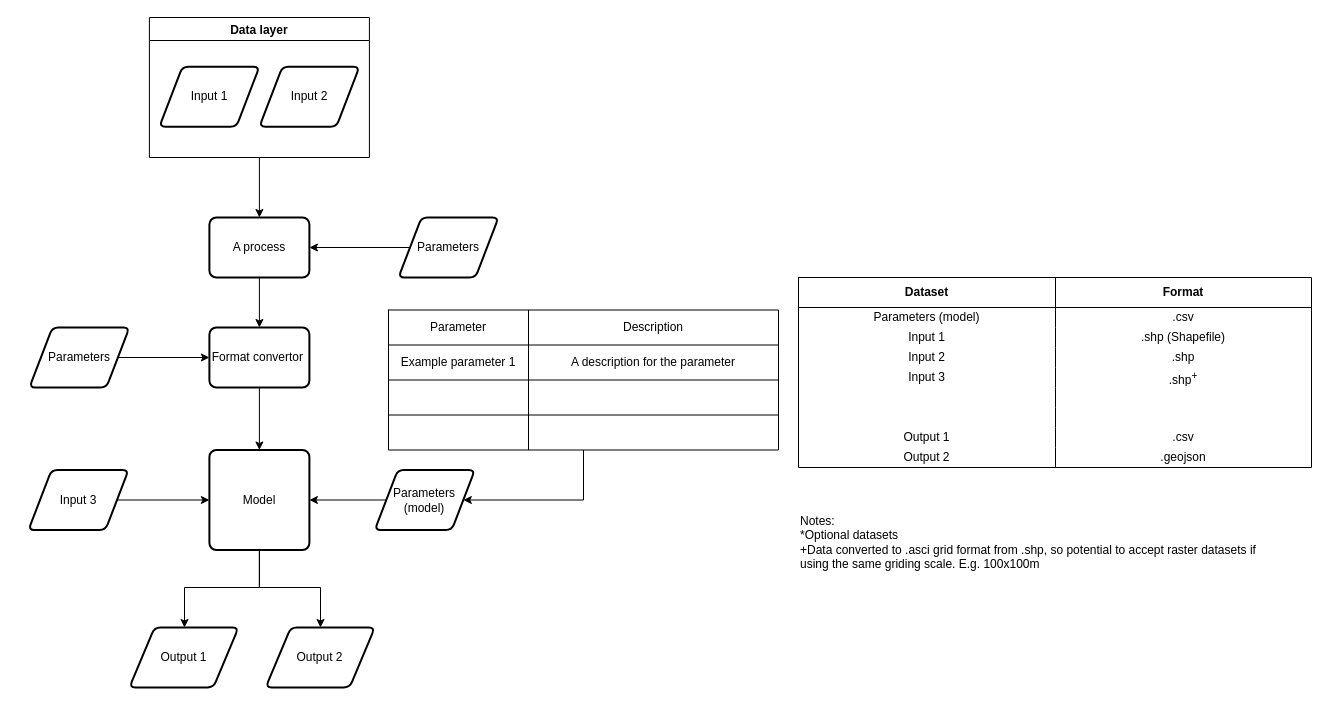
Before: template/tempalte_workflow.drawio in OpenCLIM/workflow-diagrams, a draw.io diagram. Source tidied: cells renumbered, new cells numbered last; positions are measured from the earlier drawing's top-left corner, leaving out a move shared by most shapes. Both pictures are drawn from the tidied source at 100%, with x=0, y=0 at pixel (28, 17).
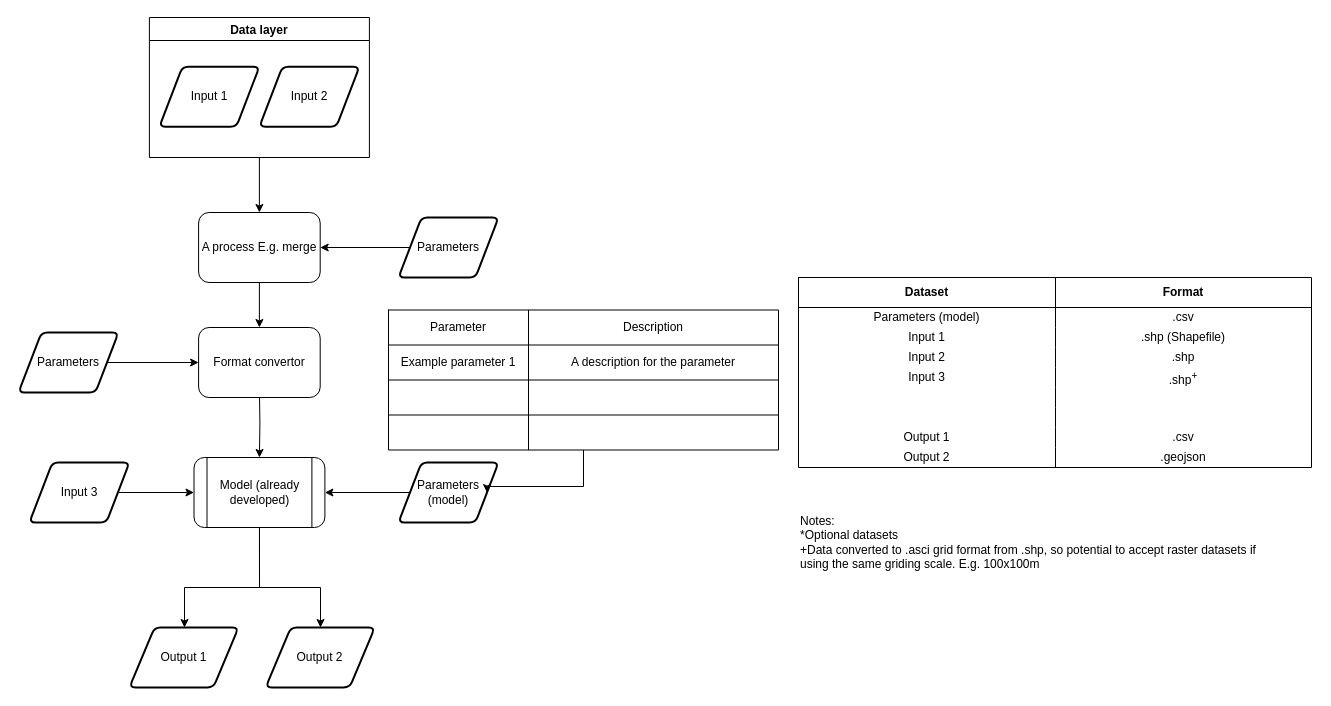
The same diagram, later.

Commit message:
Update tempalte_workflow.drawio with already developed model option

The change refers to these unchanged cells:
```xml
<mxCell id="7" value="&lt;div&gt;Output 1&lt;/div&gt;" style="shape=parallelogram;html=1;strokeWidth=2;perimeter=parallelogramPerimeter;whiteSpace=wrap;rounded=1;arcSize=12;size=0.23;" parent="1" vertex="1">
  <mxGeometry x="100.9" y="610" width="109.1" height="60" as="geometry" />
</mxCell>
<mxCell id="15" value="Data layer" style="swimlane;" parent="1" vertex="1">
  <mxGeometry x="120.9" width="220" height="140" as="geometry" />
</mxCell>
<mxCell id="47" value="Output 2" style="shape=parallelogram;html=1;strokeWidth=2;perimeter=parallelogramPerimeter;whiteSpace=wrap;rounded=1;arcSize=12;size=0.23;" parent="1" vertex="1">
  <mxGeometry x="237.2" y="610" width="109.1" height="60" as="geometry" />
</mxCell>
<mxCell id="51" value="Parameters" style="shape=parallelogram;html=1;strokeWidth=2;perimeter=parallelogramPerimeter;whiteSpace=wrap;rounded=1;arcSize=12;size=0.23;" parent="1" vertex="1">
  <mxGeometry x="370" y="200" width="100" height="60" as="geometry" />
</mxCell>
<mxCell id="53" style="shape=table;html=1;whiteSpace=wrap;startSize=0;childLayout=tableLayout;" parent="1" vertex="1">
  <mxGeometry x="360" y="292.5" width="390" height="140" as="geometry" />
</mxCell>
```

What changed in the source:
```diff
@@
-    <mxCell id="2" style="edgeStyle=orthogonalEdgeStyle;rounded=0;jettySize=auto;html=1;" parent="1" edge="1" source="4" target="7">
+    <mxCell id="2" style="edgeStyle=orthogonalEdgeStyle;rounded=0;jettySize=auto;html=1;exitX=0.5;exitY=1;exitDx=0;exitDy=0;" parent="1" edge="1" source="68" target="7">
       <mxGeometry relative="1" as="geometry">
         <Array as="points">
           <mxPoint x="231" y="570" />
           <mxPoint x="156" y="570" />
         </Array>
       </mxGeometry>
     </mxCell>
-    <mxCell id="3" style="edgeStyle=orthogonalEdgeStyle;rounded=0;jettySize=auto;html=1;" parent="1" edge="1" source="4" target="47">
+    <mxCell id="3" style="edgeStyle=orthogonalEdgeStyle;rounded=0;jettySize=auto;html=1;" parent="1" edge="1" source="68" target="47">
       <mxGeometry relative="1" as="geometry">
         <Array as="points">
           <mxPoint x="231" y="570" />
           <mxPoint x="292" y="570" />
         </Array>
       </mxGeometry>
     </mxCell>
-    <mxCell id="4" value="Model" style="rounded=1;whiteSpace=wrap;html=1;absoluteArcSize=1;arcSize=14;strokeWidth=2;" parent="1" vertex="1">
-      <mxGeometry x="180.9" y="432.5" width="100" height="100" as="geometry" />
-    </mxCell>
-    <mxCell id="5" style="edgeStyle=orthogonalEdgeStyle;rounded=0;jettySize=auto;html=1;entryX=0;entryY=0.5;entryDx=0;entryDy=0;" parent="1" edge="1" source="6" target="4">
+    <mxCell id="5" style="edgeStyle=orthogonalEdgeStyle;rounded=0;jettySize=auto;html=1;" parent="1" edge="1" source="6" target="68">
       <mxGeometry relative="1" as="geometry" />
     </mxCell>
     <mxCell id="6" value="Input 3" style="shape=parallelogram;html=1;strokeWidth=2;perimeter=parallelogramPerimeter;whiteSpace=wrap;rounded=1;arcSize=12;size=0.23;" parent="1" vertex="1">
-      <mxGeometry y="452.5" width="100" height="60" as="geometry" />
+      <mxGeometry x="0.9" y="445" width="100" height="60" as="geometry" />
     </mxCell>
@@
-    <mxCell id="8" style="edgeStyle=orthogonalEdgeStyle;rounded=0;jettySize=auto;html=1;" parent="1" edge="1" source="9" target="13">
-      <mxGeometry relative="1" as="geometry" />
-    </mxCell>
-    <mxCell id="9" value="A process" style="rounded=1;whiteSpace=wrap;html=1;absoluteArcSize=1;arcSize=14;strokeWidth=2;" parent="1" vertex="1">
-      <mxGeometry x="180.9" y="200" width="100" height="60" as="geometry" />
-    </mxCell>
+    <mxCell id="67" style="edgeStyle=orthogonalEdgeStyle;rounded=0;jettySize=auto;html=1;exitX=0.5;exitY=1;exitDx=0;exitDy=0;" parent="1" edge="1" source="69" target="13">
+      <mxGeometry relative="1" as="geometry" />
+    </mxCell>
-    <mxCell id="10" style="edgeStyle=orthogonalEdgeStyle;rounded=0;jettySize=auto;html=1;" parent="1" edge="1" source="11" target="4">
+    <mxCell id="10" style="edgeStyle=orthogonalEdgeStyle;rounded=0;jettySize=auto;html=1;" parent="1" edge="1" source="11" target="68">
       <mxGeometry relative="1" as="geometry" />
     </mxCell>
     <mxCell id="11" value="Parameters (model)" style="shape=parallelogram;html=1;strokeWidth=2;perimeter=parallelogramPerimeter;whiteSpace=wrap;rounded=1;arcSize=12;size=0.23;" parent="1" vertex="1">
-      <mxGeometry x="346.3" y="452.5" width="100" height="60" as="geometry" />
+      <mxGeometry x="370" y="445" width="100" height="60" as="geometry" />
     </mxCell>
-    <mxCell id="12" style="edgeStyle=orthogonalEdgeStyle;rounded=0;jettySize=auto;html=1;" parent="1" edge="1" source="13" target="4">
-      <mxGeometry relative="1" as="geometry" />
+    <mxCell id="12" style="edgeStyle=orthogonalEdgeStyle;rounded=0;jettySize=auto;html=1;entryX=0.5;entryY=0;entryDx=0;entryDy=0;" parent="1" edge="1" target="68">
+      <mxGeometry relative="1" as="geometry">
+        <mxPoint x="230.9" y="370" as="sourcePoint" />
+      </mxGeometry>
     </mxCell>
-    <mxCell id="13" value="Format convertor&amp;nbsp; " style="rounded=1;whiteSpace=wrap;html=1;absoluteArcSize=1;arcSize=14;strokeWidth=2;" parent="1" vertex="1">
-      <mxGeometry x="180.9" y="310" width="100" height="60" as="geometry" />
-    </mxCell>
-    <mxCell id="14" style="edgeStyle=orthogonalEdgeStyle;rounded=0;jettySize=auto;html=1;" parent="1" edge="1" source="15" target="9">
+    <mxCell id="14" style="edgeStyle=orthogonalEdgeStyle;rounded=0;jettySize=auto;html=1;entryX=0.5;entryY=0;entryDx=0;entryDy=0;" parent="1" edge="1" source="15" target="69">
       <mxGeometry relative="1" as="geometry" />
     </mxCell>
@@
     <mxCell id="49" value="Parameters" style="shape=parallelogram;html=1;strokeWidth=2;perimeter=parallelogramPerimeter;whiteSpace=wrap;rounded=1;arcSize=12;size=0.23;" parent="1" vertex="1">
-      <mxGeometry x="0.9" y="310" width="100" height="60" as="geometry" />
+      <mxGeometry x="-10" y="315" width="100" height="60" as="geometry" />
     </mxCell>
-    <mxCell id="50" style="edgeStyle=orthogonalEdgeStyle;rounded=0;jettySize=auto;html=1;" parent="1" edge="1" source="51" target="9">
+    <mxCell id="50" style="edgeStyle=orthogonalEdgeStyle;rounded=0;jettySize=auto;html=1;" parent="1" edge="1" source="51" target="69">
       <mxGeometry relative="1" as="geometry" />
     </mxCell>
@@
     <mxCell id="52" style="edgeStyle=orthogonalEdgeStyle;rounded=0;jettySize=auto;html=1;entryX=1;entryY=0.5;entryDx=0;entryDy=0;" parent="1" edge="1" source="53" target="11">
       <mxGeometry relative="1" as="geometry">
         <Array as="points">
-          <mxPoint x="555" y="483" />
+          <mxPoint x="555" y="469" />
         </Array>
       </mxGeometry>
     </mxCell>
@@
+    <mxCell id="68" value="Model (already developed)" style="shape=process;whiteSpace=wrap;html=1;backgroundOutline=1;shadow=0;fontFamily=Helvetica;fontSize=12;fontColor=#000000;align=center;strokeColor=#000000;strokeWidth=1;fillColor=#ffffff;rounded=1;" parent="1" vertex="1">
+      <mxGeometry x="165.5" y="440" width="130.9" height="70" as="geometry" />
+    </mxCell>
+    <mxCell id="13" value="Format convertor" style="rounded=1;whiteSpace=wrap;html=1;fontSize=12;glass=0;strokeWidth=1;shadow=0;" parent="1" vertex="1">
+      <mxGeometry x="170.1" y="310" width="121.6" height="70" as="geometry" />
+    </mxCell>
+    <mxCell id="69" value="A process E.g. merge" style="rounded=1;whiteSpace=wrap;html=1;fontSize=12;glass=0;strokeWidth=1;shadow=0;" parent="1" vertex="1">
+      <mxGeometry x="170.1" y="195" width="121.6" height="70" as="geometry" />
+    </mxCell>
```
